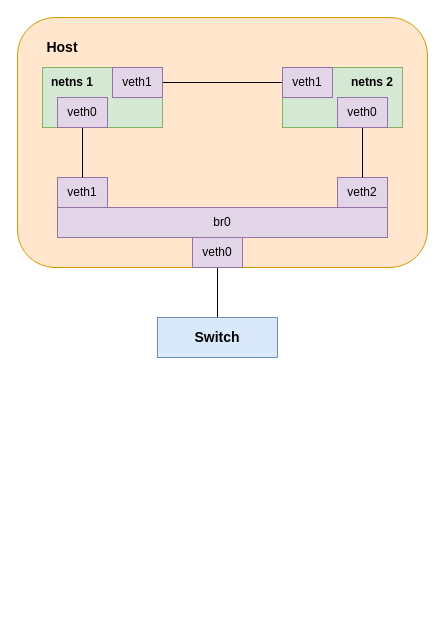
The draw.io diagram memoria_namespaces/diagramas/VETH.drawio in Raniita/lightweight-virtualization-nfv, before the edit. Source tidied: cells renumbered, new cells numbered last; positions are measured from the earlier drawing's top-left corner, leaving out a move shared by most shapes. Both pictures are drawn from the tidied source at 100%, with x=0, y=0 at pixel (17, 17).
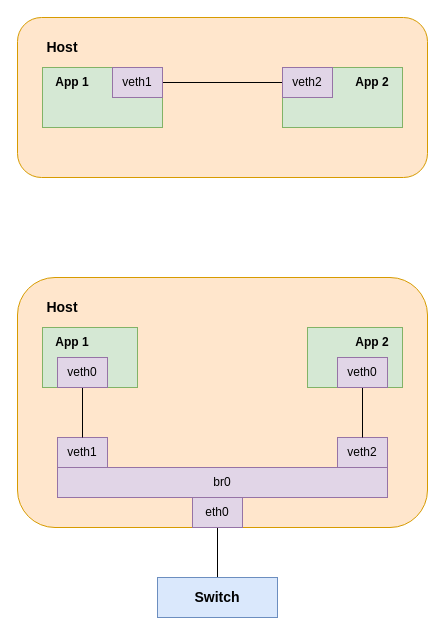
After the change.

Diff of the diagram source:
```diff
@@
     <mxCell id="2" style="rounded=1;whiteSpace=wrap;html=1;fillColor=#ffe6cc;strokeColor=#d79b00;" parent="1" vertex="1">
-      <mxGeometry width="410" height="250" as="geometry" />
+      <mxGeometry width="410" height="160" as="geometry" />
     </mxCell>
@@
-    <mxCell id="5" value="br0" style="rounded=0;whiteSpace=wrap;html=1;fillColor=#e1d5e7;strokeColor=#9673a6;" parent="1" vertex="1">
-      <mxGeometry x="40" y="190" width="330" height="30" as="geometry" />
-    </mxCell>
-    <mxCell id="6" style="edgeStyle=orthogonalEdgeStyle;rounded=0;jettySize=auto;html=1;endArrow=none;endFill=0;" parent="1" edge="1" source="7" target="20">
-      <mxGeometry relative="1" as="geometry" />
-    </mxCell>
-    <mxCell id="7" value="veth0" style="rounded=0;whiteSpace=wrap;html=1;fillColor=#e1d5e7;strokeColor=#9673a6;" parent="1" vertex="1">
-      <mxGeometry x="175" y="220" width="50" height="30" as="geometry" />
-    </mxCell>
-    <mxCell id="8" value="veth2" style="rounded=0;whiteSpace=wrap;html=1;fillColor=#e1d5e7;strokeColor=#9673a6;" parent="1" vertex="1">
-      <mxGeometry x="320" y="160" width="50" height="30" as="geometry" />
-    </mxCell>
-    <mxCell id="9" value="veth1" style="rounded=0;whiteSpace=wrap;html=1;fillColor=#e1d5e7;strokeColor=#9673a6;" parent="1" vertex="1">
-      <mxGeometry x="40" y="160" width="50" height="30" as="geometry" />
-    </mxCell>
@@
-    <mxCell id="12" style="edgeStyle=orthogonalEdgeStyle;rounded=0;jettySize=auto;html=1;endArrow=none;endFill=0;" parent="1" edge="1" source="13" target="9">
-      <mxGeometry relative="1" as="geometry" />
-    </mxCell>
-    <mxCell id="13" value="veth0" style="rounded=0;whiteSpace=wrap;html=1;fillColor=#e1d5e7;strokeColor=#9673a6;" parent="1" vertex="1">
-      <mxGeometry x="40" y="80" width="50" height="30" as="geometry" />
-    </mxCell>
-    <mxCell id="14" style="edgeStyle=orthogonalEdgeStyle;rounded=0;jettySize=auto;html=1;endArrow=none;endFill=0;" parent="1" edge="1" source="15" target="8">
-      <mxGeometry relative="1" as="geometry" />
-    </mxCell>
-    <mxCell id="15" value="veth0" style="rounded=0;whiteSpace=wrap;html=1;fillColor=#e1d5e7;strokeColor=#9673a6;" parent="1" vertex="1">
-      <mxGeometry x="320" y="80" width="50" height="30" as="geometry" />
-    </mxCell>
-    <mxCell id="16" value="veth1" style="rounded=0;whiteSpace=wrap;html=1;fillColor=#e1d5e7;strokeColor=#9673a6;" parent="1" vertex="1">
+    <mxCell id="16" value="veth2" style="rounded=0;whiteSpace=wrap;html=1;fillColor=#e1d5e7;strokeColor=#9673a6;" parent="1" vertex="1">
       <mxGeometry x="265" y="50" width="50" height="30" as="geometry" />
     </mxCell>
@@
-    <mxCell id="18" value="netns 1" style="text;html=1;strokeColor=none;fillColor=none;align=center;verticalAlign=middle;whiteSpace=wrap;rounded=0;fontStyle=1;" parent="1" vertex="1">
+    <mxCell id="18" value="App 1" style="text;html=1;strokeColor=none;fillColor=none;align=center;verticalAlign=middle;whiteSpace=wrap;rounded=0;fontStyle=1;" parent="1" vertex="1">
       <mxGeometry x="30" y="55" width="50" height="20" as="geometry" />
     </mxCell>
-    <mxCell id="19" value="netns 2" style="text;html=1;strokeColor=none;fillColor=none;align=center;verticalAlign=middle;whiteSpace=wrap;rounded=0;fontStyle=1;" parent="1" vertex="1">
+    <mxCell id="19" value="App 2" style="text;html=1;strokeColor=none;fillColor=none;align=center;verticalAlign=middle;whiteSpace=wrap;rounded=0;fontStyle=1;" parent="1" vertex="1">
       <mxGeometry x="330" y="55" width="50" height="20" as="geometry" />
     </mxCell>
+    <mxCell id="21" style="rounded=1;whiteSpace=wrap;html=1;fillColor=#ffe6cc;strokeColor=#d79b00;" parent="1" vertex="1">
+      <mxGeometry y="260" width="410" height="250" as="geometry" />
+    </mxCell>
+    <mxCell id="22" style="rounded=0;whiteSpace=wrap;html=1;fillColor=#d5e8d4;strokeColor=#82b366;" parent="1" vertex="1">
+      <mxGeometry x="25" y="310" width="95" height="60" as="geometry" />
+    </mxCell>
+    <mxCell id="23" style="rounded=0;whiteSpace=wrap;html=1;fillColor=#d5e8d4;strokeColor=#82b366;" parent="1" vertex="1">
+      <mxGeometry x="290" y="310" width="95" height="60" as="geometry" />
+    </mxCell>
+    <mxCell id="5" value="br0" style="rounded=0;whiteSpace=wrap;html=1;fillColor=#e1d5e7;strokeColor=#9673a6;" parent="1" vertex="1">
+      <mxGeometry x="40" y="450" width="330" height="30" as="geometry" />
+    </mxCell>
+    <mxCell id="24" style="edgeStyle=orthogonalEdgeStyle;rounded=0;jettySize=auto;html=1;endArrow=none;endFill=0;" parent="1" edge="1" source="25" target="20">
+      <mxGeometry relative="1" as="geometry" />
+    </mxCell>
+    <mxCell id="25" value="eth0" style="rounded=0;whiteSpace=wrap;html=1;fillColor=#e1d5e7;strokeColor=#9673a6;" parent="1" vertex="1">
+      <mxGeometry x="175" y="480" width="50" height="30" as="geometry" />
+    </mxCell>
+    <mxCell id="8" value="veth2" style="rounded=0;whiteSpace=wrap;html=1;fillColor=#e1d5e7;strokeColor=#9673a6;" parent="1" vertex="1">
+      <mxGeometry x="320" y="420" width="50" height="30" as="geometry" />
+    </mxCell>
+    <mxCell id="9" value="veth1" style="rounded=0;whiteSpace=wrap;html=1;fillColor=#e1d5e7;strokeColor=#9673a6;" parent="1" vertex="1">
+      <mxGeometry x="40" y="420" width="50" height="30" as="geometry" />
+    </mxCell>
+    <mxCell id="26" style="edgeStyle=orthogonalEdgeStyle;rounded=0;jettySize=auto;html=1;endArrow=none;endFill=0;" parent="1" edge="1" source="27" target="9">
+      <mxGeometry relative="1" as="geometry" />
+    </mxCell>
+    <mxCell id="27" value="veth0" style="rounded=0;whiteSpace=wrap;html=1;fillColor=#e1d5e7;strokeColor=#9673a6;" parent="1" vertex="1">
+      <mxGeometry x="40" y="340" width="50" height="30" as="geometry" />
+    </mxCell>
+    <mxCell id="28" style="edgeStyle=orthogonalEdgeStyle;rounded=0;jettySize=auto;html=1;endArrow=none;endFill=0;" parent="1" edge="1" source="29" target="8">
+      <mxGeometry relative="1" as="geometry" />
+    </mxCell>
+    <mxCell id="29" value="veth0" style="rounded=0;whiteSpace=wrap;html=1;fillColor=#e1d5e7;strokeColor=#9673a6;" parent="1" vertex="1">
+      <mxGeometry x="320" y="340" width="50" height="30" as="geometry" />
+    </mxCell>
+    <mxCell id="30" value="Host" style="text;html=1;strokeColor=none;fillColor=none;align=center;verticalAlign=middle;whiteSpace=wrap;rounded=0;fontStyle=1;fontSize=14;" parent="1" vertex="1">
+      <mxGeometry x="25" y="280" width="40" height="20" as="geometry" />
+    </mxCell>
+    <mxCell id="31" value="App 1" style="text;html=1;strokeColor=none;fillColor=none;align=center;verticalAlign=middle;whiteSpace=wrap;rounded=0;fontStyle=1;" parent="1" vertex="1">
+      <mxGeometry x="30" y="315" width="50" height="20" as="geometry" />
+    </mxCell>
+    <mxCell id="32" value="App 2" style="text;html=1;strokeColor=none;fillColor=none;align=center;verticalAlign=middle;whiteSpace=wrap;rounded=0;fontStyle=1;" parent="1" vertex="1">
+      <mxGeometry x="330" y="315" width="50" height="20" as="geometry" />
+    </mxCell>
     <mxCell id="20" value="Switch" style="rounded=0;whiteSpace=wrap;html=1;fillColor=#dae8fc;strokeColor=#6c8ebf;fontStyle=1;fontSize=14;" parent="1" vertex="1">
-      <mxGeometry x="140" y="300" width="120" height="40" as="geometry" />
+      <mxGeometry x="140" y="560" width="120" height="40" as="geometry" />
     </mxCell>
```
